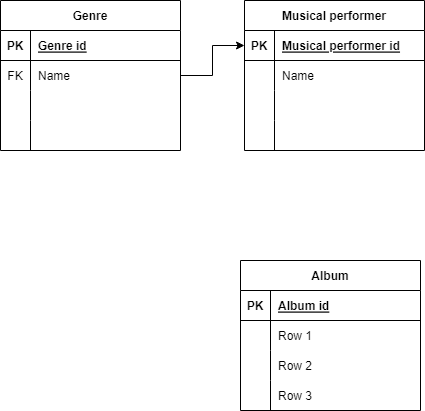
Above: Music site.drawio.png in VadimRoziznan/Music-site (draw.io), before the change. Source tidied: cells renumbered, new cells last; positions are measured from the earlier drawing's top-left corner, leaving out a move shared by most shapes.
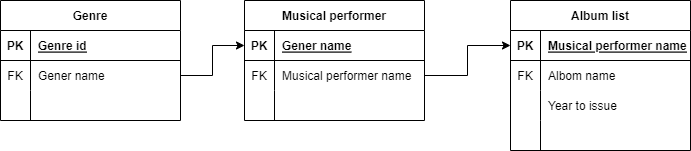
Above is the later version.

What changed in the source:
```diff
@@ -3,7 +3,7 @@
     <mxCell id="0" />
     <mxCell id="1" parent="0" />
     <mxCell id="2" value="Genre" style="shape=table;startSize=30;rowLines=0;fontStyle=1;align=center;" parent="1" vertex="1">
-      <mxGeometry width="180" height="150" as="geometry" />
+      <mxGeometry width="180" height="120" as="geometry" />
     </mxCell>
     <mxCell id="3" style="shape=tableRow;horizontal=0;startSize=0;swimlaneHead=0;swimlaneBody=0;fillColor=none;top=0;left=0;right=0;bottom=1;" parent="2" vertex="1">
       <mxGeometry y="30" width="180" height="30" as="geometry" />
@@ -20,20 +20,11 @@
     <mxCell id="7" value="FK" style="shape=partialRectangle;fillColor=none;top=0;left=0;bottom=0;right=0;overflow=hidden;" parent="6" vertex="1">
       <mxGeometry width="30" height="30" as="geometry" />
     </mxCell>
-    <mxCell id="8" value="Name" style="shape=partialRectangle;fillColor=none;top=0;left=0;bottom=0;right=0;align=left;spacingLeft=6;overflow=hidden;" parent="6" vertex="1">
+    <mxCell id="8" value="Gener name" style="shape=partialRectangle;fillColor=none;top=0;left=0;bottom=0;right=0;align=left;spacingLeft=6;overflow=hidden;" parent="6" vertex="1">
       <mxGeometry x="30" width="150" height="30" as="geometry" />
     </mxCell>
-    <mxCell id="9" style="shape=tableRow;horizontal=0;startSize=0;swimlaneHead=0;swimlaneBody=0;fillColor=none;top=0;left=0;right=0;bottom=0;" parent="2" vertex="1">
-      <mxGeometry y="90" width="180" height="30" as="geometry" />
-    </mxCell>
-    <mxCell id="10" style="shape=partialRectangle;fillColor=none;top=0;left=0;bottom=0;right=0;overflow=hidden;" parent="9" vertex="1">
-      <mxGeometry width="30" height="30" as="geometry" />
-    </mxCell>
-    <mxCell id="11" style="shape=partialRectangle;fillColor=none;top=0;left=0;bottom=0;right=0;align=left;spacingLeft=6;overflow=hidden;" parent="9" vertex="1">
-      <mxGeometry x="30" width="150" height="30" as="geometry" />
-    </mxCell>
     <mxCell id="12" style="shape=tableRow;horizontal=0;startSize=0;swimlaneHead=0;swimlaneBody=0;fillColor=none;top=0;left=0;right=0;bottom=0;" parent="2" vertex="1">
-      <mxGeometry y="120" width="180" height="30" as="geometry" />
+      <mxGeometry y="90" width="180" height="30" as="geometry" />
     </mxCell>
     <mxCell id="13" style="shape=partialRectangle;fillColor=none;top=0;left=0;bottom=0;right=0;overflow=hidden;" parent="12" vertex="1">
       <mxGeometry width="30" height="30" as="geometry" />
@@ -42,7 +33,7 @@
       <mxGeometry x="30" width="150" height="30" as="geometry" />
     </mxCell>
     <mxCell id="15" value="Musical performer" style="shape=table;startSize=30;rowLines=0;fontStyle=1;align=center;strokeColor=default;fontFamily=Helvetica;fontSize=12;fontColor=default;fillColor=none;" parent="1" vertex="1">
-      <mxGeometry x="244" width="180" height="150" as="geometry" />
+      <mxGeometry x="244" width="180" height="120" as="geometry" />
     </mxCell>
     <mxCell id="16" style="shape=tableRow;horizontal=0;startSize=0;swimlaneHead=0;swimlaneBody=0;fillColor=none;points=[[0,0.5],[1,0.5]];portConstraint=eastwest;top=0;left=0;right=0;bottom=1;strokeColor=default;fontFamily=Helvetica;fontSize=12;fontColor=default;" parent="15" vertex="1">
       <mxGeometry y="30" width="180" height="30" as="geometry" />
@@ -50,16 +41,16 @@
     <mxCell id="17" value="PK" style="shape=partialRectangle;fillColor=none;top=0;left=0;bottom=0;right=0;fontStyle=1;overflow=hidden;strokeColor=default;fontFamily=Helvetica;fontSize=12;fontColor=default;" parent="16" vertex="1">
       <mxGeometry width="30" height="30" as="geometry" />
     </mxCell>
-    <mxCell id="18" value="Musical performer id" style="shape=partialRectangle;fillColor=none;top=0;left=0;bottom=0;right=0;align=left;spacingLeft=6;fontStyle=5;overflow=hidden;strokeColor=default;fontFamily=Helvetica;fontSize=12;fontColor=default;" parent="16" vertex="1">
+    <mxCell id="18" value="Gener name" style="shape=partialRectangle;fillColor=none;top=0;left=0;bottom=0;right=0;align=left;spacingLeft=6;fontStyle=5;overflow=hidden;strokeColor=default;fontFamily=Helvetica;fontSize=12;fontColor=default;" parent="16" vertex="1">
       <mxGeometry x="30" width="150" height="30" as="geometry" />
     </mxCell>
     <mxCell id="19" style="shape=tableRow;horizontal=0;startSize=0;swimlaneHead=0;swimlaneBody=0;fillColor=none;points=[[0,0.5],[1,0.5]];portConstraint=eastwest;top=0;left=0;right=0;bottom=0;strokeColor=default;fontFamily=Helvetica;fontSize=12;fontColor=default;" parent="15" vertex="1">
       <mxGeometry y="60" width="180" height="30" as="geometry" />
     </mxCell>
-    <mxCell id="20" style="shape=partialRectangle;fillColor=none;top=0;left=0;bottom=0;right=0;overflow=hidden;strokeColor=default;fontFamily=Helvetica;fontSize=12;fontColor=default;" parent="19" vertex="1">
+    <mxCell id="20" value="FK" style="shape=partialRectangle;fillColor=none;top=0;left=0;bottom=0;right=0;overflow=hidden;strokeColor=default;fontFamily=Helvetica;fontSize=12;fontColor=default;" parent="19" vertex="1">
       <mxGeometry width="30" height="30" as="geometry" />
     </mxCell>
-    <mxCell id="21" value="Name" style="shape=partialRectangle;fillColor=none;top=0;left=0;bottom=0;right=0;align=left;spacingLeft=6;overflow=hidden;strokeColor=default;fontFamily=Helvetica;fontSize=12;fontColor=default;" parent="19" vertex="1">
+    <mxCell id="21" value="Musical performer name" style="shape=partialRectangle;fillColor=none;top=0;left=0;bottom=0;right=0;align=left;spacingLeft=6;overflow=hidden;strokeColor=default;fontFamily=Helvetica;fontSize=12;fontColor=default;" parent="19" vertex="1">
       <mxGeometry x="30" width="150" height="30" as="geometry" />
     </mxCell>
     <mxCell id="22" style="shape=tableRow;horizontal=0;startSize=0;swimlaneHead=0;swimlaneBody=0;fillColor=none;top=0;left=0;right=0;bottom=0;strokeColor=default;fontFamily=Helvetica;fontSize=12;fontColor=default;" parent="15" vertex="1">
@@ -71,17 +62,8 @@
     <mxCell id="24" style="shape=partialRectangle;fillColor=none;top=0;left=0;bottom=0;right=0;align=left;spacingLeft=6;overflow=hidden;strokeColor=default;fontFamily=Helvetica;fontSize=12;fontColor=default;" parent="22" vertex="1">
       <mxGeometry x="30" width="150" height="30" as="geometry" />
     </mxCell>
-    <mxCell id="25" style="shape=tableRow;horizontal=0;startSize=0;swimlaneHead=0;swimlaneBody=0;fillColor=none;top=0;left=0;right=0;bottom=0;strokeColor=default;fontFamily=Helvetica;fontSize=12;fontColor=default;" parent="15" vertex="1">
-      <mxGeometry y="120" width="180" height="30" as="geometry" />
-    </mxCell>
-    <mxCell id="26" style="shape=partialRectangle;fillColor=none;top=0;left=0;bottom=0;right=0;overflow=hidden;strokeColor=default;fontFamily=Helvetica;fontSize=12;fontColor=default;" parent="25" vertex="1">
-      <mxGeometry width="30" height="30" as="geometry" />
-    </mxCell>
-    <mxCell id="27" style="shape=partialRectangle;fillColor=none;top=0;left=0;bottom=0;right=0;align=left;spacingLeft=6;overflow=hidden;strokeColor=default;fontFamily=Helvetica;fontSize=12;fontColor=default;" parent="25" vertex="1">
-      <mxGeometry x="30" width="150" height="30" as="geometry" />
-    </mxCell>
-    <mxCell id="28" value="Album" style="shape=table;startSize=30;rowLines=0;fontStyle=1;align=center;strokeColor=default;fontFamily=Helvetica;fontSize=12;fontColor=default;fillColor=none;" parent="1" vertex="1">
-      <mxGeometry x="240" y="260" width="180" height="150" as="geometry" />
+    <mxCell id="28" value="Album list" style="shape=table;startSize=30;rowLines=0;fontStyle=1;align=center;strokeColor=default;fontFamily=Helvetica;fontSize=12;fontColor=default;fillColor=none;" parent="1" vertex="1">
+      <mxGeometry x="510" width="180" height="150" as="geometry" />
     </mxCell>
     <mxCell id="29" style="shape=tableRow;horizontal=0;startSize=0;swimlaneHead=0;swimlaneBody=0;fillColor=none;points=[[0,0.5],[1,0.5]];portConstraint=eastwest;top=0;left=0;right=0;bottom=1;strokeColor=default;fontFamily=Helvetica;fontSize=12;fontColor=default;" parent="28" vertex="1">
       <mxGeometry y="30" width="180" height="30" as="geometry" />
@@ -89,16 +71,16 @@
     <mxCell id="30" value="PK" style="shape=partialRectangle;fillColor=none;top=0;left=0;bottom=0;right=0;fontStyle=1;overflow=hidden;strokeColor=default;fontFamily=Helvetica;fontSize=12;fontColor=default;" parent="29" vertex="1">
       <mxGeometry width="30" height="30" as="geometry" />
     </mxCell>
-    <mxCell id="31" value="Album id" style="shape=partialRectangle;fillColor=none;top=0;left=0;bottom=0;right=0;align=left;spacingLeft=6;fontStyle=5;overflow=hidden;strokeColor=default;fontFamily=Helvetica;fontSize=12;fontColor=default;" parent="29" vertex="1">
+    <mxCell id="31" value="Musical performer name" style="shape=partialRectangle;fillColor=none;top=0;left=0;bottom=0;right=0;align=left;spacingLeft=6;fontStyle=5;overflow=hidden;strokeColor=default;fontFamily=Helvetica;fontSize=12;fontColor=default;" parent="29" vertex="1">
       <mxGeometry x="30" width="150" height="30" as="geometry" />
     </mxCell>
     <mxCell id="32" style="shape=tableRow;horizontal=0;startSize=0;swimlaneHead=0;swimlaneBody=0;fillColor=none;top=0;left=0;right=0;bottom=0;strokeColor=default;fontFamily=Helvetica;fontSize=12;fontColor=default;" parent="28" vertex="1">
       <mxGeometry y="60" width="180" height="30" as="geometry" />
     </mxCell>
-    <mxCell id="33" style="shape=partialRectangle;fillColor=none;top=0;left=0;bottom=0;right=0;overflow=hidden;strokeColor=default;fontFamily=Helvetica;fontSize=12;fontColor=default;" parent="32" vertex="1">
+    <mxCell id="33" value="FK" style="shape=partialRectangle;fillColor=none;top=0;left=0;bottom=0;right=0;overflow=hidden;strokeColor=default;fontFamily=Helvetica;fontSize=12;fontColor=default;" parent="32" vertex="1">
       <mxGeometry width="30" height="30" as="geometry" />
     </mxCell>
-    <mxCell id="34" value="Row 1" style="shape=partialRectangle;fillColor=none;top=0;left=0;bottom=0;right=0;align=left;spacingLeft=6;overflow=hidden;strokeColor=default;fontFamily=Helvetica;fontSize=12;fontColor=default;" parent="32" vertex="1">
+    <mxCell id="34" value="Albom name" style="shape=partialRectangle;fillColor=none;top=0;left=0;bottom=0;right=0;align=left;spacingLeft=6;overflow=hidden;strokeColor=default;fontFamily=Helvetica;fontSize=12;fontColor=default;" parent="32" vertex="1">
       <mxGeometry x="30" width="150" height="30" as="geometry" />
     </mxCell>
     <mxCell id="35" style="shape=tableRow;horizontal=0;startSize=0;swimlaneHead=0;swimlaneBody=0;fillColor=none;top=0;left=0;right=0;bottom=0;strokeColor=default;fontFamily=Helvetica;fontSize=12;fontColor=default;" parent="28" vertex="1">
@@ -107,20 +89,23 @@
     <mxCell id="36" style="shape=partialRectangle;fillColor=none;top=0;left=0;bottom=0;right=0;overflow=hidden;strokeColor=default;fontFamily=Helvetica;fontSize=12;fontColor=default;" parent="35" vertex="1">
       <mxGeometry width="30" height="30" as="geometry" />
     </mxCell>
-    <mxCell id="37" value="Row 2" style="shape=partialRectangle;fillColor=none;top=0;left=0;bottom=0;right=0;align=left;spacingLeft=6;overflow=hidden;strokeColor=default;fontFamily=Helvetica;fontSize=12;fontColor=default;" parent="35" vertex="1">
+    <mxCell id="37" value="Year to issue " style="shape=partialRectangle;fillColor=none;top=0;left=0;bottom=0;right=0;align=left;spacingLeft=6;overflow=hidden;strokeColor=default;fontFamily=Helvetica;fontSize=12;fontColor=default;" parent="35" vertex="1">
       <mxGeometry x="30" width="150" height="30" as="geometry" />
     </mxCell>
-    <mxCell id="38" style="shape=tableRow;horizontal=0;startSize=0;swimlaneHead=0;swimlaneBody=0;fillColor=none;top=0;left=0;right=0;bottom=0;strokeColor=default;fontFamily=Helvetica;fontSize=12;fontColor=default;" parent="28" vertex="1">
-      <mxGeometry y="120" width="180" height="30" as="geometry" />
-    </mxCell>
-    <mxCell id="39" style="shape=partialRectangle;fillColor=none;top=0;left=0;bottom=0;right=0;overflow=hidden;strokeColor=default;fontFamily=Helvetica;fontSize=12;fontColor=default;" parent="38" vertex="1">
-      <mxGeometry width="30" height="30" as="geometry" />
-    </mxCell>
-    <mxCell id="40" value="Row 3" style="shape=partialRectangle;fillColor=none;top=0;left=0;bottom=0;right=0;align=left;spacingLeft=6;overflow=hidden;strokeColor=default;fontFamily=Helvetica;fontSize=12;fontColor=default;" parent="38" vertex="1">
-      <mxGeometry x="30" width="150" height="30" as="geometry" />
-    </mxCell>
+    <mxCell id="42" style="shape=tableRow;horizontal=0;startSize=0;swimlaneHead=0;swimlaneBody=0;fillColor=none;top=0;left=0;right=0;bottom=0;strokeColor=default;fontFamily=Helvetica;fontSize=12;fontColor=default;" parent="28" vertex="1">
+      <mxGeometry y="120" width="180" height="30" as="geometry" />
+    </mxCell>
+    <mxCell id="43" style="shape=partialRectangle;fillColor=none;top=0;left=0;bottom=0;right=0;overflow=hidden;strokeColor=default;fontFamily=Helvetica;fontSize=12;fontColor=default;" parent="42" vertex="1">
+      <mxGeometry width="30" height="30" as="geometry" />
+    </mxCell>
+    <mxCell id="27" style="shape=partialRectangle;fillColor=none;top=0;left=0;bottom=0;right=0;align=left;spacingLeft=6;overflow=hidden;strokeColor=default;fontFamily=Helvetica;fontSize=12;fontColor=default;" parent="42" vertex="1">
+      <mxGeometry x="30" width="150" height="30" as="geometry" />
+    </mxCell>
     <mxCell id="41" style="edgeStyle=orthogonalEdgeStyle;rounded=0;jettySize=auto;html=1;entryX=0;entryY=0.5;entryDx=0;entryDy=0;fontFamily=Helvetica;fontSize=12;fontColor=default;" parent="1" edge="1" source="6" target="16">
       <mxGeometry relative="1" as="geometry" />
     </mxCell>
+    <mxCell id="44" style="edgeStyle=orthogonalEdgeStyle;rounded=0;jettySize=auto;html=1;exitX=1;exitY=0.5;exitDx=0;exitDy=0;entryX=0;entryY=0.5;entryDx=0;entryDy=0;" parent="1" edge="1" source="19" target="29">
+      <mxGeometry relative="1" as="geometry" />
+    </mxCell>
   </root>
 </mxGraphModel>
```
